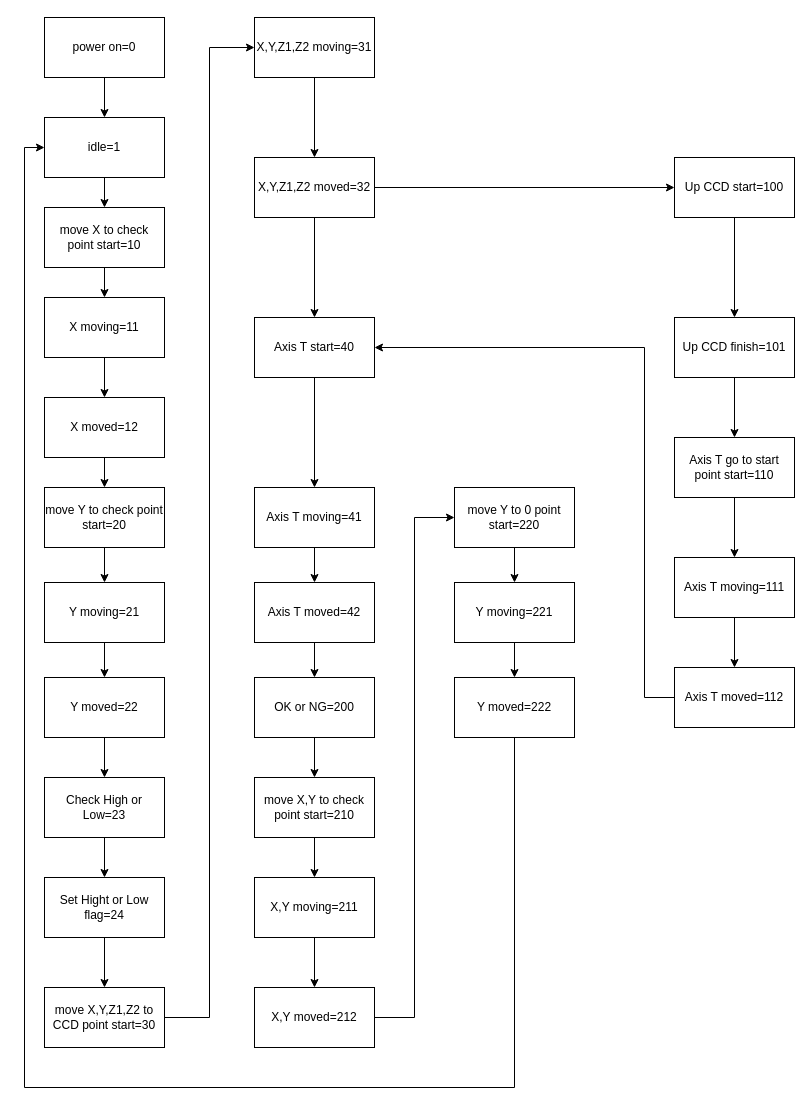
Before: PLC/20-905-main.drawio in elec-jack/20-905, a draw.io diagram. Source tidied: cells renumbered, new cells numbered last; positions are measured from the earlier drawing's top-left corner, leaving out a move shared by most shapes. Both pictures are drawn from the tidied source at 100%, with x=0, y=0 at pixel (24, 17).
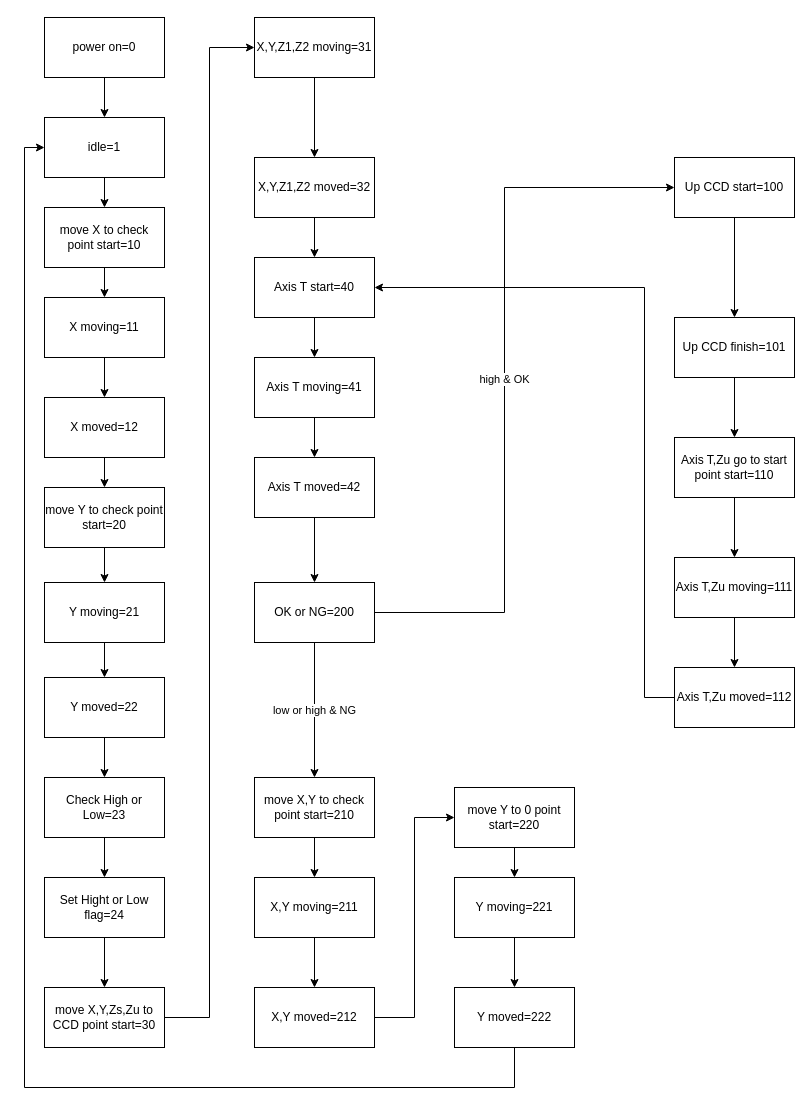
The same diagram, later.

The change refers to these unchanged cells:
```xml
<mxCell id="28" value="X,Y,Z1,Z2 moved=32" style="rounded=0;whiteSpace=wrap;html=1;" parent="1" vertex="1">
  <mxGeometry x="230" y="140" width="120" height="60" as="geometry" />
</mxCell>
<mxCell id="32" value="Up CCD start=100" style="rounded=0;whiteSpace=wrap;html=1;" parent="1" vertex="1">
  <mxGeometry x="650" y="140" width="120" height="60" as="geometry" />
</mxCell>
<mxCell id="48" value="move X,Y to check point start=210" style="rounded=0;whiteSpace=wrap;html=1;" parent="1" vertex="1">
  <mxGeometry x="230" y="760" width="120" height="60" as="geometry" />
</mxCell>
```

Change to the diagram source:
```diff
@@
-    <mxCell id="23" value="move X,Y,Z1,Z2 to CCD point start=30" style="rounded=0;whiteSpace=wrap;html=1;" parent="1" vertex="1">
+    <mxCell id="23" value="move X,Y,Zs,Zu to CCD point start=30" style="rounded=0;whiteSpace=wrap;html=1;" parent="1" vertex="1">
       <mxGeometry x="20" y="970" width="120" height="60" as="geometry" />
     </mxCell>
@@
+    <mxCell id="27" value="high &amp;amp; OK" style="edgeStyle=orthogonalEdgeStyle;rounded=0;jettySize=auto;html=1;exitX=1;exitY=0.5;exitDx=0;exitDy=0;" parent="1" edge="1" source="40" target="32">
+      <mxGeometry relative="1" as="geometry">
+        <Array as="points">
+          <mxPoint x="480" y="595" />
+          <mxPoint x="480" y="170" />
+        </Array>
+      </mxGeometry>
+    </mxCell>
-    <mxCell id="26" style="edgeStyle=orthogonalEdgeStyle;rounded=0;jettySize=auto;html=1;" parent="1" edge="1" source="28" target="30">
+    <mxCell id="26" style="edgeStyle=orthogonalEdgeStyle;rounded=0;jettySize=auto;html=1;exitX=0.5;exitY=1;exitDx=0;exitDy=0;entryX=0.5;entryY=0;entryDx=0;entryDy=0;" parent="1" edge="1" source="28" target="30">
       <mxGeometry relative="1" as="geometry" />
     </mxCell>
-    <mxCell id="27" style="edgeStyle=orthogonalEdgeStyle;rounded=0;jettySize=auto;html=1;" parent="1" edge="1" source="28" target="32">
-      <mxGeometry relative="1" as="geometry" />
-    </mxCell>
@@
     <mxCell id="30" value="Axis T start=40" style="rounded=0;whiteSpace=wrap;html=1;" parent="1" vertex="1">
-      <mxGeometry x="230" y="300" width="120" height="60" as="geometry" />
+      <mxGeometry x="230" y="240" width="120" height="60" as="geometry" />
     </mxCell>
@@
     <mxCell id="36" value="Axis T moving=41" style="rounded=0;whiteSpace=wrap;html=1;" parent="1" vertex="1">
-      <mxGeometry x="230" y="470" width="120" height="60" as="geometry" />
+      <mxGeometry x="230" y="340" width="120" height="60" as="geometry" />
     </mxCell>
@@
     <mxCell id="38" value="Axis T moved=42" style="rounded=0;whiteSpace=wrap;html=1;" parent="1" vertex="1">
-      <mxGeometry x="230" y="565" width="120" height="60" as="geometry" />
+      <mxGeometry x="230" y="440" width="120" height="60" as="geometry" />
     </mxCell>
-    <mxCell id="39" style="edgeStyle=orthogonalEdgeStyle;rounded=0;jettySize=auto;html=1;" parent="1" edge="1" source="40" target="48">
+    <mxCell id="39" value="low or high &amp;amp; NG" style="edgeStyle=orthogonalEdgeStyle;rounded=0;jettySize=auto;html=1;" parent="1" edge="1" source="40" target="48">
       <mxGeometry relative="1" as="geometry" />
     </mxCell>
     <mxCell id="40" value="OK or NG=200" style="rounded=0;whiteSpace=wrap;html=1;" parent="1" vertex="1">
-      <mxGeometry x="230" y="660" width="120" height="60" as="geometry" />
+      <mxGeometry x="230" y="565" width="120" height="60" as="geometry" />
     </mxCell>
@@
-    <mxCell id="42" value="Axis T go to start point start=110" style="rounded=0;whiteSpace=wrap;html=1;" parent="1" vertex="1">
+    <mxCell id="42" value="Axis T,Zu go to start point start=110" style="rounded=0;whiteSpace=wrap;html=1;" parent="1" vertex="1">
       <mxGeometry x="650" y="420" width="120" height="60" as="geometry" />
     </mxCell>
@@
-    <mxCell id="44" value="Axis T moving=111" style="rounded=0;whiteSpace=wrap;html=1;" parent="1" vertex="1">
+    <mxCell id="44" value="Axis T,Zu moving=111" style="rounded=0;whiteSpace=wrap;html=1;" parent="1" vertex="1">
       <mxGeometry x="650" y="540" width="120" height="60" as="geometry" />
     </mxCell>
     <mxCell id="45" style="edgeStyle=orthogonalEdgeStyle;rounded=0;jettySize=auto;html=1;exitX=0;exitY=0.5;exitDx=0;exitDy=0;entryX=1;entryY=0.5;entryDx=0;entryDy=0;" parent="1" edge="1" source="46" target="30">
       <mxGeometry relative="1" as="geometry">
         <Array as="points">
           <mxPoint x="620" y="680" />
-          <mxPoint x="620" y="330" />
+          <mxPoint x="620" y="270" />
         </Array>
       </mxGeometry>
     </mxCell>
-    <mxCell id="46" value="Axis T moved=112" style="rounded=0;whiteSpace=wrap;html=1;" parent="1" vertex="1">
+    <mxCell id="46" value="Axis T,Zu moved=112" style="rounded=0;whiteSpace=wrap;html=1;" parent="1" vertex="1">
       <mxGeometry x="650" y="650" width="120" height="60" as="geometry" />
     </mxCell>
@@
     <mxCell id="54" value="move Y to 0 point start=220" style="rounded=0;whiteSpace=wrap;html=1;" parent="1" vertex="1">
-      <mxGeometry x="430" y="470" width="120" height="60" as="geometry" />
+      <mxGeometry x="430" y="770" width="120" height="60" as="geometry" />
     </mxCell>
@@
     <mxCell id="56" value="Y moving=221" style="rounded=0;whiteSpace=wrap;html=1;" parent="1" vertex="1">
-      <mxGeometry x="430" y="565" width="120" height="60" as="geometry" />
+      <mxGeometry x="430" y="860" width="120" height="60" as="geometry" />
     </mxCell>
@@
     <mxCell id="58" value="Y moved=222" style="rounded=0;whiteSpace=wrap;html=1;" parent="1" vertex="1">
-      <mxGeometry x="430" y="660" width="120" height="60" as="geometry" />
+      <mxGeometry x="430" y="970" width="120" height="60" as="geometry" />
     </mxCell>
```
